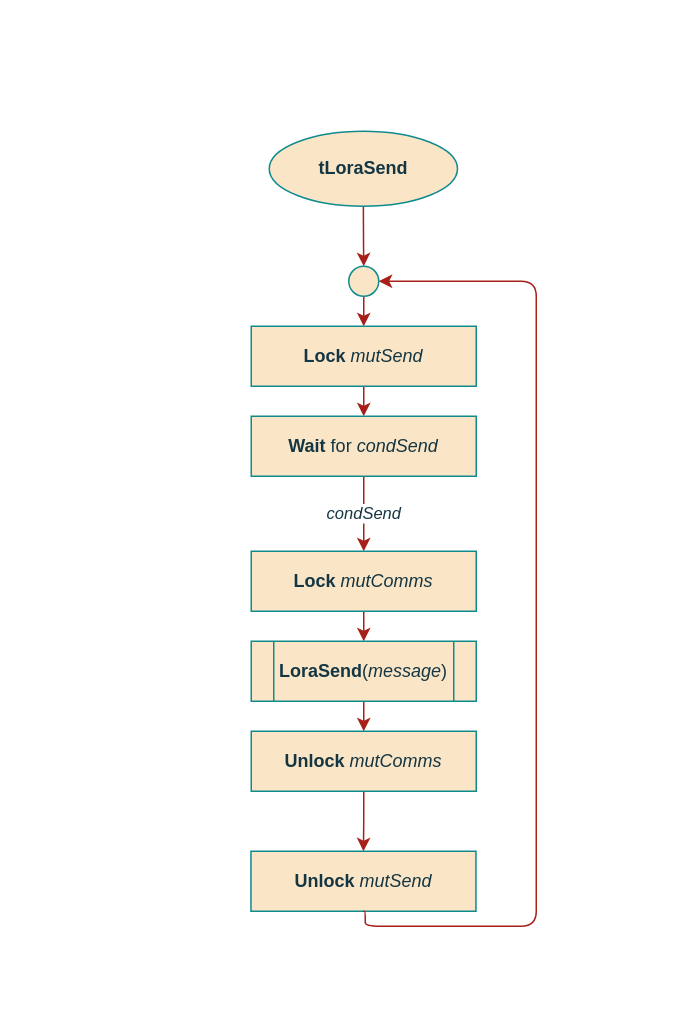
ESRGgroup9/slipad keeps this draw.io diagram as page "tLoraSend" (7 of 12) of project/report/flowcharts/tLampControl.drawio. Above is the earlier version. Source tidied: cells renumbered, new cells numbered last; positions are measured from the earlier drawing's top-left corner, leaving out a move shared by most shapes. Both pictures are drawn from the tidied source at 150%, with x=0, y=0 at pixel (250, 130).
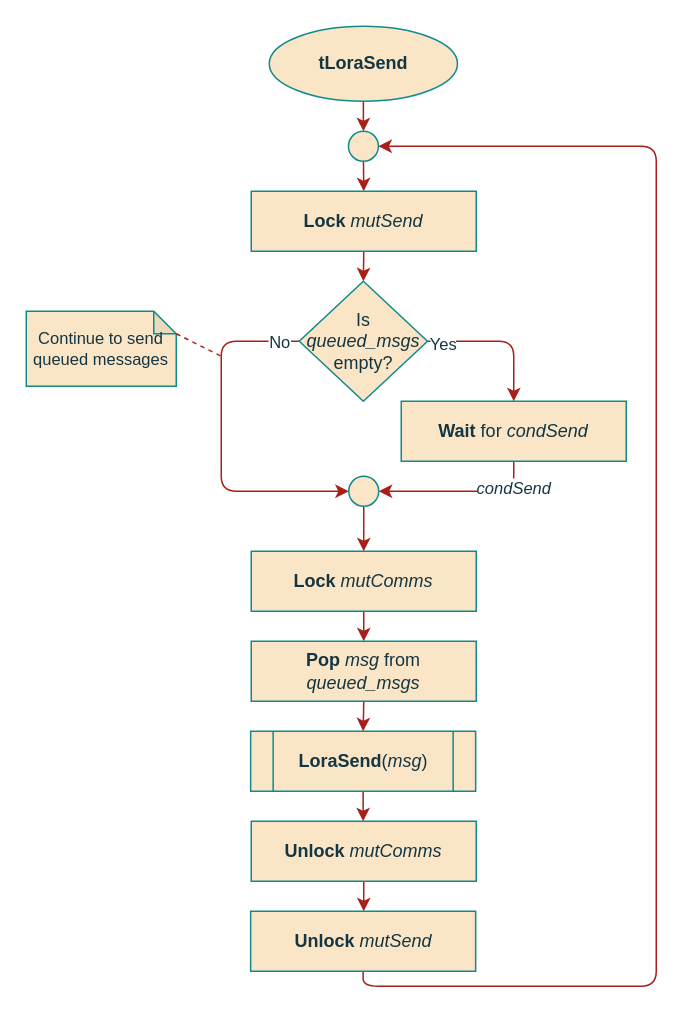
After the change.

Unchanged cells that the change refers to:
```xml
<mxCell id="13" value="&lt;b&gt;Lock&lt;/b&gt; &lt;i&gt;mutComms&lt;/i&gt;" style="rounded=0;whiteSpace=wrap;html=1;sketch=0;fontColor=#143642;strokeColor=#0F8B8D;fillColor=#FAE5C7;" parent="1" vertex="1">
  <mxGeometry y="280" width="150" height="40" as="geometry" />
</mxCell>
```

The edit, as a diff of the source:
```diff
@@
     <mxCell id="3" value="tLoraSend" style="ellipse;whiteSpace=wrap;html=1;fillColor=#FAE5C7;strokeColor=#0F8B8D;fontColor=#143642;fontStyle=1;" parent="1" vertex="1">
-      <mxGeometry x="12" width="125.5" height="50" as="geometry" />
+      <mxGeometry x="12" y="-70" width="125.5" height="50" as="geometry" />
     </mxCell>
@@
     <mxCell id="5" style="ellipse;whiteSpace=wrap;html=1;rounded=0;sketch=0;fontColor=#143642;strokeColor=#0F8B8D;fillColor=#FAE5C7;" parent="1" vertex="1">
-      <mxGeometry x="65" y="90" width="20" height="20" as="geometry" />
+      <mxGeometry x="64.8" width="20" height="20" as="geometry" />
     </mxCell>
-    <mxCell id="6" style="edgeStyle=orthogonalEdgeStyle;curved=0;rounded=1;sketch=0;jettySize=auto;html=1;fontColor=#143642;strokeColor=#A8201A;fillColor=#FAE5C7;" parent="1" edge="1" source="7" target="9">
-      <mxGeometry relative="1" as="geometry" />
-    </mxCell>
+    <mxCell id="18" style="edgeStyle=orthogonalEdgeStyle;curved=0;rounded=1;sketch=0;jettySize=auto;html=1;exitX=0.5;exitY=1;exitDx=0;exitDy=0;entryX=0.5;entryY=0;entryDx=0;entryDy=0;fontColor=#143642;strokeColor=#A8201A;fillColor=#FAE5C7;" parent="1" edge="1" source="7" target="24">
+      <mxGeometry relative="1" as="geometry" />
+    </mxCell>
     <mxCell id="7" value="&lt;b&gt;Lock&lt;/b&gt; &lt;i&gt;mutSend&lt;/i&gt;" style="rounded=0;whiteSpace=wrap;html=1;sketch=0;fontColor=#143642;strokeColor=#0F8B8D;fillColor=#FAE5C7;" parent="1" vertex="1">
-      <mxGeometry y="130" width="150" height="40" as="geometry" />
+      <mxGeometry y="40" width="150" height="40" as="geometry" />
     </mxCell>
-    <mxCell id="8" value="condSend" style="edgeStyle=orthogonalEdgeStyle;curved=0;rounded=1;sketch=0;jettySize=auto;html=1;fontColor=#143642;strokeColor=#A8201A;fillColor=#FAE5C7;entryX=0.5;entryY=0;entryDx=0;entryDy=0;fontStyle=2;" parent="1" edge="1" source="9" target="13">
-      <mxGeometry relative="1" as="geometry" />
+    <mxCell id="8" value="condSend" style="edgeStyle=orthogonalEdgeStyle;curved=0;rounded=1;sketch=0;jettySize=auto;html=1;fontColor=#143642;strokeColor=#A8201A;fillColor=#FAE5C7;entryX=1;entryY=0.5;entryDx=0;entryDy=0;fontStyle=2;" parent="1" edge="1" source="9" target="26">
+      <mxGeometry x="-0.67" relative="1" as="geometry">
+        <Array as="points">
+          <mxPoint x="175" y="240" />
+        </Array>
+      </mxGeometry>
     </mxCell>
     <mxCell id="9" value="&lt;b&gt;Wait&lt;/b&gt; for &lt;i&gt;condSend&lt;/i&gt;" style="rounded=0;whiteSpace=wrap;html=1;sketch=0;fontColor=#143642;strokeColor=#0F8B8D;fillColor=#FAE5C7;" parent="1" vertex="1">
-      <mxGeometry y="190" width="150" height="40" as="geometry" />
+      <mxGeometry x="100" y="180" width="150" height="40" as="geometry" />
     </mxCell>
+    <mxCell id="11" style="edgeStyle=orthogonalEdgeStyle;curved=0;rounded=1;sketch=0;jettySize=auto;html=1;exitX=0.5;exitY=1;exitDx=0;exitDy=0;entryX=1;entryY=0.5;entryDx=0;entryDy=0;fontColor=#143642;strokeColor=#A8201A;fillColor=#FAE5C7;" parent="1" edge="1" source="10" target="5">
+      <mxGeometry relative="1" as="geometry">
+        <Array as="points">
+          <mxPoint x="75" y="570" />
+          <mxPoint x="270" y="570" />
+          <mxPoint x="270" y="10" />
+        </Array>
+      </mxGeometry>
+    </mxCell>
     <mxCell id="10" value="&lt;b&gt;Unlock&lt;/b&gt; &lt;i&gt;mutSend&lt;/i&gt;" style="rounded=0;whiteSpace=wrap;html=1;sketch=0;fontColor=#143642;strokeColor=#0F8B8D;fillColor=#FAE5C7;" parent="1" vertex="1">
-      <mxGeometry x="-0.2" y="480" width="150" height="40" as="geometry" />
+      <mxGeometry x="-0.4" y="520" width="150" height="40" as="geometry" />
     </mxCell>
-    <mxCell id="11" style="edgeStyle=orthogonalEdgeStyle;curved=0;rounded=1;sketch=0;jettySize=auto;html=1;exitX=0.5;exitY=1;exitDx=0;exitDy=0;entryX=1;entryY=0.5;entryDx=0;entryDy=0;fontColor=#143642;strokeColor=#A8201A;fillColor=#FAE5C7;" parent="1" edge="1" source="10" target="5">
-      <mxGeometry relative="1" as="geometry">
-        <Array as="points">
-          <mxPoint x="76" y="520" />
-          <mxPoint x="76" y="530" />
-          <mxPoint x="190" y="530" />
-          <mxPoint x="190" y="100" />
-        </Array>
-      </mxGeometry>
-    </mxCell>
-    <mxCell id="12" style="edgeStyle=orthogonalEdgeStyle;rounded=1;sketch=0;jettySize=auto;html=1;exitX=0.5;exitY=1;exitDx=0;exitDy=0;entryX=0.5;entryY=0;entryDx=0;entryDy=0;fontColor=#143642;strokeColor=#A8201A;fillColor=#FAE5C7;" parent="1" edge="1" source="13" target="15">
-      <mxGeometry relative="1" as="geometry" />
-    </mxCell>
+    <mxCell id="19" style="edgeStyle=orthogonalEdgeStyle;curved=0;rounded=1;sketch=0;jettySize=auto;html=1;fontColor=#143642;strokeColor=#A8201A;fillColor=#FAE5C7;" parent="1" edge="1" source="13" target="30">
+      <mxGeometry relative="1" as="geometry" />
+    </mxCell>
@@
-    <mxCell id="15" value="&lt;b&gt;LoraSend&lt;/b&gt;(&lt;i&gt;message&lt;/i&gt;)" style="shape=process;whiteSpace=wrap;html=1;backgroundOutline=1;rounded=0;sketch=0;fontColor=#143642;strokeColor=#0F8B8D;fillColor=#FAE5C7;" parent="1" vertex="1">
-      <mxGeometry y="340" width="150" height="40" as="geometry" />
+    <mxCell id="15" value="&lt;b&gt;LoraSend&lt;/b&gt;(&lt;i&gt;msg&lt;/i&gt;)" style="shape=process;whiteSpace=wrap;html=1;backgroundOutline=1;rounded=0;sketch=0;fontColor=#143642;strokeColor=#0F8B8D;fillColor=#FAE5C7;" parent="1" vertex="1">
+      <mxGeometry x="-0.4" y="400" width="150" height="40" as="geometry" />
     </mxCell>
@@
     <mxCell id="17" value="&lt;b&gt;Unlock&lt;/b&gt; &lt;i&gt;mutComms&lt;/i&gt;" style="rounded=0;whiteSpace=wrap;html=1;sketch=0;fontColor=#143642;strokeColor=#0F8B8D;fillColor=#FAE5C7;" parent="1" vertex="1">
-      <mxGeometry y="400" width="150" height="40" as="geometry" />
+      <mxGeometry y="460" width="150" height="40" as="geometry" />
     </mxCell>
+    <mxCell id="20" style="edgeStyle=orthogonalEdgeStyle;curved=0;rounded=1;sketch=0;jettySize=auto;html=1;exitX=0;exitY=0.5;exitDx=0;exitDy=0;fontColor=#143642;strokeColor=#A8201A;fillColor=#FAE5C7;entryX=0;entryY=0.5;entryDx=0;entryDy=0;" parent="1" edge="1" source="24" target="26">
+      <mxGeometry relative="1" as="geometry">
+        <Array as="points">
+          <mxPoint x="-20" y="140" />
+          <mxPoint x="-20" y="240" />
+        </Array>
+      </mxGeometry>
+    </mxCell>
+    <mxCell id="21" value="No" style="edgeLabel;html=1;align=center;verticalAlign=middle;fontColor=#143642;" parent="20" vertex="1">
+      <mxGeometry x="-0.88" relative="1" as="geometry" />
+    </mxCell>
+    <mxCell id="22" style="edgeStyle=orthogonalEdgeStyle;curved=0;rounded=1;sketch=0;jettySize=auto;html=1;exitX=1;exitY=0.5;exitDx=0;exitDy=0;entryX=0.5;entryY=0;entryDx=0;entryDy=0;fontColor=#143642;strokeColor=#A8201A;fillColor=#FAE5C7;" parent="1" edge="1" source="24" target="9">
+      <mxGeometry relative="1" as="geometry" />
+    </mxCell>
+    <mxCell id="23" value="Yes" style="edgeLabel;html=1;align=center;verticalAlign=middle;fontColor=#143642;" parent="22" vertex="1">
+      <mxGeometry x="-0.8" y="-1" relative="1" as="geometry" />
+    </mxCell>
+    <mxCell id="24" value="Is &lt;i&gt;queued_msgs&lt;/i&gt; empty?" style="rhombus;whiteSpace=wrap;html=1;rounded=0;sketch=0;fontColor=#143642;strokeColor=#0F8B8D;fillColor=#FAE5C7;" parent="1" vertex="1">
+      <mxGeometry x="32" y="100" width="85.5" height="80" as="geometry" />
+    </mxCell>
+    <mxCell id="25" style="edgeStyle=orthogonalEdgeStyle;curved=0;rounded=1;sketch=0;jettySize=auto;html=1;exitX=0.5;exitY=1;exitDx=0;exitDy=0;entryX=0.5;entryY=0;entryDx=0;entryDy=0;fontColor=#143642;strokeColor=#A8201A;fillColor=#FAE5C7;" parent="1" edge="1" source="26" target="13">
+      <mxGeometry relative="1" as="geometry" />
+    </mxCell>
+    <mxCell id="26" style="ellipse;whiteSpace=wrap;html=1;rounded=0;sketch=0;fontColor=#143642;strokeColor=#0F8B8D;fillColor=#FAE5C7;" parent="1" vertex="1">
+      <mxGeometry x="65" y="230" width="20" height="20" as="geometry" />
+    </mxCell>
+    <mxCell id="27" value="Continue to send queued messages" style="shape=note;whiteSpace=wrap;html=1;backgroundOutline=1;darkOpacity=0.05;rounded=0;sketch=0;fontColor=#143642;strokeColor=#0F8B8D;fillColor=#FAE5C7;size=15;fontSize=11;" parent="1" vertex="1">
+      <mxGeometry x="-150" y="120" width="100" height="50" as="geometry" />
+    </mxCell>
+    <mxCell id="28" style="endArrow=none;dashed=1;html=1;rounded=1;sketch=0;fontColor=#143642;strokeColor=#A8201A;fillColor=#FAE5C7;curved=0;exitX=0;exitY=0;exitDx=100;exitDy=15;exitPerimeter=0;" parent="1" edge="1" source="27">
+      <mxGeometry relative="1" as="geometry">
+        <mxPoint x="-20" y="150" as="targetPoint" />
+      </mxGeometry>
+    </mxCell>
+    <mxCell id="29" style="edgeStyle=orthogonalEdgeStyle;curved=0;rounded=1;sketch=0;jettySize=auto;html=1;exitX=0.5;exitY=1;exitDx=0;exitDy=0;entryX=0.5;entryY=0;entryDx=0;entryDy=0;fontColor=#143642;strokeColor=#A8201A;fillColor=#FAE5C7;" parent="1" edge="1" source="30" target="15">
+      <mxGeometry relative="1" as="geometry" />
+    </mxCell>
+    <mxCell id="30" value="&lt;b&gt;Pop &lt;/b&gt;&lt;i&gt;msg &lt;/i&gt;from &lt;i&gt;queued_msgs&lt;/i&gt;" style="rounded=0;whiteSpace=wrap;html=1;sketch=0;fontColor=#143642;strokeColor=#0F8B8D;fillColor=#FAE5C7;" parent="1" vertex="1">
+      <mxGeometry y="340" width="150" height="40" as="geometry" />
+    </mxCell>
```
